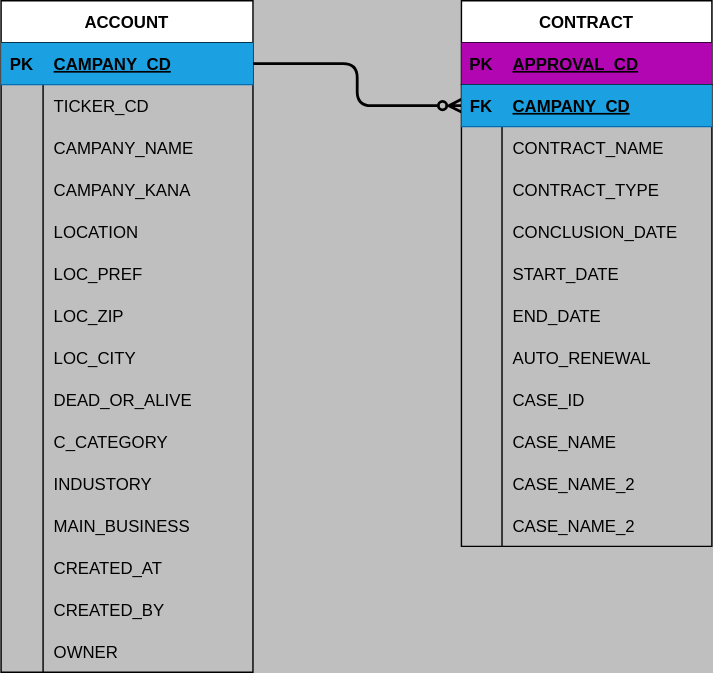
Above: fmicrm-er.drawio.svg in dando-charon/st-crm-work (draw.io), before the change. Source tidied: cells renumbered, new cells last; positions are measured from the earlier drawing's top-left corner, leaving out a move shared by most shapes.
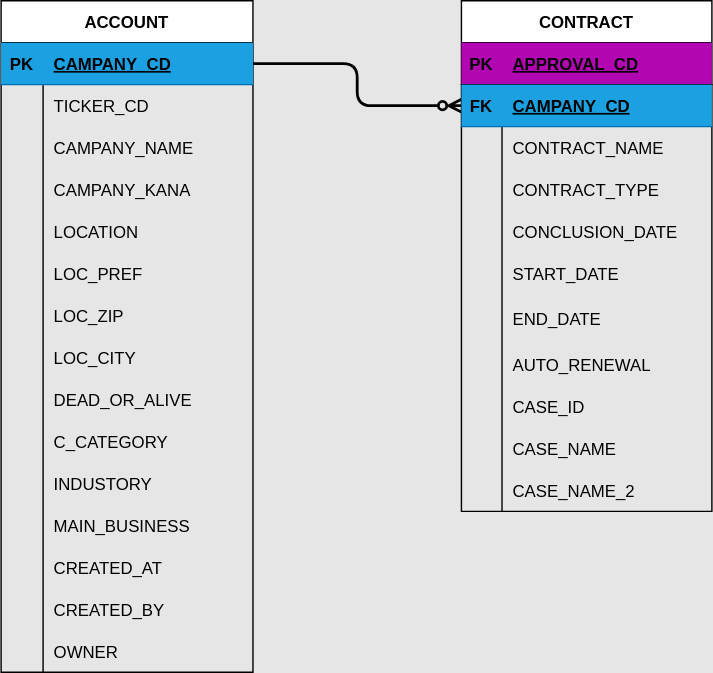
Above is the later version.

Diff of the diagram source:
```diff
@@ -1,11 +1,11 @@
-<mxGraphModel background="#BFBFBF">
+<mxGraphModel background="#E6E6E6">
   <root>
     <mxCell id="0" />
     <mxCell id="1" parent="0" />
-    <mxCell id="2" style="edgeStyle=orthogonalEdgeStyle;html=1;endArrow=ERzeroToMany;endFill=0;strokeWidth=2;exitX=1;exitY=0.5;exitDx=0;exitDy=0;entryX=0;entryY=0.5;entryDx=0;entryDy=0;" parent="1" edge="1" source="4" target="53">
+    <mxCell id="2" style="edgeStyle=orthogonalEdgeStyle;html=1;endArrow=ERzeroToMany;endFill=0;strokeWidth=2;exitX=1;exitY=0.5;exitDx=0;exitDy=0;entryX=0;entryY=0.5;entryDx=0;entryDy=0;strokeColor=#000000;" parent="1" edge="1" source="4" target="53">
       <mxGeometry relative="1" as="geometry" />
     </mxCell>
-    <mxCell id="3" value="ACCOUNT" style="shape=table;startSize=30;rowLines=0;fontStyle=1;align=center;" parent="1" vertex="1">
+    <mxCell id="3" value="ACCOUNT" style="shape=table;startSize=30;rowLines=0;fontStyle=1;align=center;gradientColor=none;strokeColor=#000000;" parent="1" vertex="1">
       <mxGeometry width="180" height="480" as="geometry" />
     </mxCell>
     <mxCell id="4" style="shape=tableRow;horizontal=0;startSize=0;swimlaneHead=0;swimlaneBody=0;fillColor=#1ba1e2;points=[[0,0.5],[1,0.5]];portConstraint=eastwest;top=0;left=0;right=0;bottom=1;swimlaneFillColor=#197123;strokeColor=#006EAF;fontColor=#ffffff;" parent="3" vertex="1">
@@ -23,7 +23,7 @@
     <mxCell id="8" style="shape=partialRectangle;fillColor=none;top=0;left=0;bottom=0;right=0;overflow=hidden;" parent="7" vertex="1">
       <mxGeometry width="30" height="30" as="geometry" />
     </mxCell>
-    <mxCell id="9" value="TICKER_CD" style="shape=partialRectangle;fillColor=none;top=0;left=0;bottom=0;right=0;align=left;spacingLeft=6;overflow=hidden;" parent="7" vertex="1">
+    <mxCell id="9" value="TICKER_CD" style="shape=partialRectangle;fillColor=none;top=0;left=0;bottom=0;right=0;align=left;spacingLeft=6;overflow=hidden;fontColor=#000000;" parent="7" vertex="1">
       <mxGeometry x="30" width="150" height="30" as="geometry" />
     </mxCell>
     <mxCell id="10" style="shape=tableRow;horizontal=0;startSize=0;swimlaneHead=0;swimlaneBody=0;fillColor=none;top=0;left=0;right=0;bottom=0;" parent="3" vertex="1">
@@ -32,7 +32,7 @@
     <mxCell id="11" style="shape=partialRectangle;fillColor=none;top=0;left=0;bottom=0;right=0;overflow=hidden;" parent="10" vertex="1">
       <mxGeometry width="30" height="30" as="geometry" />
     </mxCell>
-    <mxCell id="12" value="CAMPANY_NAME" style="shape=partialRectangle;fillColor=none;top=0;left=0;bottom=0;right=0;align=left;spacingLeft=6;overflow=hidden;" parent="10" vertex="1">
+    <mxCell id="12" value="CAMPANY_NAME" style="shape=partialRectangle;fillColor=none;top=0;left=0;bottom=0;right=0;align=left;spacingLeft=6;overflow=hidden;fontColor=#000000;" parent="10" vertex="1">
       <mxGeometry x="30" width="150" height="30" as="geometry" />
     </mxCell>
     <mxCell id="13" style="shape=tableRow;horizontal=0;startSize=0;swimlaneHead=0;swimlaneBody=0;fillColor=none;top=0;left=0;right=0;bottom=0;" parent="3" vertex="1">
@@ -41,7 +41,7 @@
     <mxCell id="14" style="shape=partialRectangle;fillColor=none;top=0;left=0;bottom=0;right=0;overflow=hidden;" parent="13" vertex="1">
       <mxGeometry width="30" height="30" as="geometry" />
     </mxCell>
-    <mxCell id="15" value="CAMPANY_KANA" style="shape=partialRectangle;fillColor=none;top=0;left=0;bottom=0;right=0;align=left;spacingLeft=6;overflow=hidden;" parent="13" vertex="1">
+    <mxCell id="15" value="CAMPANY_KANA" style="shape=partialRectangle;fillColor=none;top=0;left=0;bottom=0;right=0;align=left;spacingLeft=6;overflow=hidden;fontColor=#000000;" parent="13" vertex="1">
       <mxGeometry x="30" width="150" height="30" as="geometry" />
     </mxCell>
     <mxCell id="16" style="shape=tableRow;horizontal=0;startSize=0;swimlaneHead=0;swimlaneBody=0;fillColor=none;top=0;left=0;right=0;bottom=0;" parent="3" vertex="1">
@@ -50,7 +50,7 @@
     <mxCell id="17" style="shape=partialRectangle;fillColor=none;top=0;left=0;bottom=0;right=0;overflow=hidden;" parent="16" vertex="1">
       <mxGeometry width="30" height="30" as="geometry" />
     </mxCell>
-    <mxCell id="18" value="LOCATION" style="shape=partialRectangle;fillColor=none;top=0;left=0;bottom=0;right=0;align=left;spacingLeft=6;overflow=hidden;" parent="16" vertex="1">
+    <mxCell id="18" value="LOCATION" style="shape=partialRectangle;fillColor=none;top=0;left=0;bottom=0;right=0;align=left;spacingLeft=6;overflow=hidden;fontColor=#000000;" parent="16" vertex="1">
       <mxGeometry x="30" width="150" height="30" as="geometry" />
     </mxCell>
     <mxCell id="19" style="shape=tableRow;horizontal=0;startSize=0;swimlaneHead=0;swimlaneBody=0;fillColor=none;top=0;left=0;right=0;bottom=0;" parent="3" vertex="1">
@@ -59,7 +59,7 @@
     <mxCell id="20" style="shape=partialRectangle;fillColor=none;top=0;left=0;bottom=0;right=0;overflow=hidden;" parent="19" vertex="1">
       <mxGeometry width="30" height="30" as="geometry" />
     </mxCell>
-    <mxCell id="21" value="LOC_PREF" style="shape=partialRectangle;fillColor=none;top=0;left=0;bottom=0;right=0;align=left;spacingLeft=6;overflow=hidden;" parent="19" vertex="1">
+    <mxCell id="21" value="LOC_PREF" style="shape=partialRectangle;fillColor=none;top=0;left=0;bottom=0;right=0;align=left;spacingLeft=6;overflow=hidden;fontColor=#000000;" parent="19" vertex="1">
       <mxGeometry x="30" width="150" height="30" as="geometry" />
     </mxCell>
     <mxCell id="22" style="shape=tableRow;horizontal=0;startSize=0;swimlaneHead=0;swimlaneBody=0;fillColor=none;top=0;left=0;right=0;bottom=0;" parent="3" vertex="1">
@@ -68,7 +68,7 @@
     <mxCell id="23" style="shape=partialRectangle;fillColor=none;top=0;left=0;bottom=0;right=0;overflow=hidden;" parent="22" vertex="1">
       <mxGeometry width="30" height="30" as="geometry" />
     </mxCell>
-    <mxCell id="24" value="LOC_ZIP" style="shape=partialRectangle;fillColor=none;top=0;left=0;bottom=0;right=0;align=left;spacingLeft=6;overflow=hidden;" parent="22" vertex="1">
+    <mxCell id="24" value="LOC_ZIP" style="shape=partialRectangle;fillColor=none;top=0;left=0;bottom=0;right=0;align=left;spacingLeft=6;overflow=hidden;fontColor=#000000;" parent="22" vertex="1">
       <mxGeometry x="30" width="150" height="30" as="geometry" />
     </mxCell>
     <mxCell id="25" style="shape=tableRow;horizontal=0;startSize=0;swimlaneHead=0;swimlaneBody=0;fillColor=none;top=0;left=0;right=0;bottom=0;" parent="3" vertex="1">
@@ -77,7 +77,7 @@
     <mxCell id="26" style="shape=partialRectangle;fillColor=none;top=0;left=0;bottom=0;right=0;overflow=hidden;" parent="25" vertex="1">
       <mxGeometry width="30" height="30" as="geometry" />
     </mxCell>
-    <mxCell id="27" value="LOC_CITY" style="shape=partialRectangle;fillColor=none;top=0;left=0;bottom=0;right=0;align=left;spacingLeft=6;overflow=hidden;" parent="25" vertex="1">
+    <mxCell id="27" value="LOC_CITY" style="shape=partialRectangle;fillColor=none;top=0;left=0;bottom=0;right=0;align=left;spacingLeft=6;overflow=hidden;fontColor=#000000;" parent="25" vertex="1">
       <mxGeometry x="30" width="150" height="30" as="geometry" />
     </mxCell>
     <mxCell id="28" style="shape=tableRow;horizontal=0;startSize=0;swimlaneHead=0;swimlaneBody=0;fillColor=none;top=0;left=0;right=0;bottom=0;" parent="3" vertex="1">
@@ -86,7 +86,7 @@
     <mxCell id="29" style="shape=partialRectangle;fillColor=none;top=0;left=0;bottom=0;right=0;overflow=hidden;" parent="28" vertex="1">
       <mxGeometry width="30" height="30" as="geometry" />
     </mxCell>
-    <mxCell id="30" value="DEAD_OR_ALIVE" style="shape=partialRectangle;fillColor=none;top=0;left=0;bottom=0;right=0;align=left;spacingLeft=6;overflow=hidden;" parent="28" vertex="1">
+    <mxCell id="30" value="DEAD_OR_ALIVE" style="shape=partialRectangle;fillColor=none;top=0;left=0;bottom=0;right=0;align=left;spacingLeft=6;overflow=hidden;fontColor=#000000;" parent="28" vertex="1">
       <mxGeometry x="30" width="150" height="30" as="geometry" />
     </mxCell>
     <mxCell id="31" style="shape=tableRow;horizontal=0;startSize=0;swimlaneHead=0;swimlaneBody=0;fillColor=none;top=0;left=0;right=0;bottom=0;" parent="3" vertex="1">
@@ -95,7 +95,7 @@
     <mxCell id="32" style="shape=partialRectangle;fillColor=none;top=0;left=0;bottom=0;right=0;overflow=hidden;" parent="31" vertex="1">
       <mxGeometry width="30" height="30" as="geometry" />
     </mxCell>
-    <mxCell id="33" value="C_CATEGORY" style="shape=partialRectangle;fillColor=none;top=0;left=0;bottom=0;right=0;align=left;spacingLeft=6;overflow=hidden;" parent="31" vertex="1">
+    <mxCell id="33" value="C_CATEGORY" style="shape=partialRectangle;fillColor=none;top=0;left=0;bottom=0;right=0;align=left;spacingLeft=6;overflow=hidden;fontColor=#000000;" parent="31" vertex="1">
       <mxGeometry x="30" width="150" height="30" as="geometry" />
     </mxCell>
     <mxCell id="34" style="shape=tableRow;horizontal=0;startSize=0;swimlaneHead=0;swimlaneBody=0;fillColor=none;top=0;left=0;right=0;bottom=0;" parent="3" vertex="1">
@@ -104,7 +104,7 @@
     <mxCell id="35" style="shape=partialRectangle;fillColor=none;top=0;left=0;bottom=0;right=0;overflow=hidden;" parent="34" vertex="1">
       <mxGeometry width="30" height="30" as="geometry" />
     </mxCell>
-    <mxCell id="36" value="INDUSTORY" style="shape=partialRectangle;fillColor=none;top=0;left=0;bottom=0;right=0;align=left;spacingLeft=6;overflow=hidden;" parent="34" vertex="1">
+    <mxCell id="36" value="INDUSTORY" style="shape=partialRectangle;fillColor=none;top=0;left=0;bottom=0;right=0;align=left;spacingLeft=6;overflow=hidden;fontColor=#000000;" parent="34" vertex="1">
       <mxGeometry x="30" width="150" height="30" as="geometry" />
     </mxCell>
     <mxCell id="37" style="shape=tableRow;horizontal=0;startSize=0;swimlaneHead=0;swimlaneBody=0;fillColor=none;top=0;left=0;right=0;bottom=0;" parent="3" vertex="1">
@@ -113,7 +113,7 @@
     <mxCell id="38" style="shape=partialRectangle;fillColor=none;top=0;left=0;bottom=0;right=0;overflow=hidden;" parent="37" vertex="1">
       <mxGeometry width="30" height="30" as="geometry" />
     </mxCell>
-    <mxCell id="39" value="MAIN_BUSINESS" style="shape=partialRectangle;fillColor=none;top=0;left=0;bottom=0;right=0;align=left;spacingLeft=6;overflow=hidden;" parent="37" vertex="1">
+    <mxCell id="39" value="MAIN_BUSINESS" style="shape=partialRectangle;fillColor=none;top=0;left=0;bottom=0;right=0;align=left;spacingLeft=6;overflow=hidden;strokeColor=#000000;fontColor=#000000;" parent="37" vertex="1">
       <mxGeometry x="30" width="150" height="30" as="geometry" />
     </mxCell>
     <mxCell id="40" style="shape=tableRow;horizontal=0;startSize=0;swimlaneHead=0;swimlaneBody=0;fillColor=none;top=0;left=0;right=0;bottom=0;" parent="3" vertex="1">
@@ -122,7 +122,7 @@
     <mxCell id="41" style="shape=partialRectangle;fillColor=none;top=0;left=0;bottom=0;right=0;overflow=hidden;" parent="40" vertex="1">
       <mxGeometry width="30" height="30" as="geometry" />
     </mxCell>
-    <mxCell id="42" value="CREATED_AT" style="shape=partialRectangle;fillColor=none;top=0;left=0;bottom=0;right=0;align=left;spacingLeft=6;overflow=hidden;" parent="40" vertex="1">
+    <mxCell id="42" value="CREATED_AT" style="shape=partialRectangle;fillColor=none;top=0;left=0;bottom=0;right=0;align=left;spacingLeft=6;overflow=hidden;fontColor=#000000;" parent="40" vertex="1">
       <mxGeometry x="30" width="150" height="30" as="geometry" />
     </mxCell>
     <mxCell id="43" style="shape=tableRow;horizontal=0;startSize=0;swimlaneHead=0;swimlaneBody=0;fillColor=none;top=0;left=0;right=0;bottom=0;" parent="3" vertex="1">
@@ -131,7 +131,7 @@
     <mxCell id="44" style="shape=partialRectangle;fillColor=none;top=0;left=0;bottom=0;right=0;overflow=hidden;" parent="43" vertex="1">
       <mxGeometry width="30" height="30" as="geometry" />
     </mxCell>
-    <mxCell id="45" value="CREATED_BY" style="shape=partialRectangle;fillColor=none;top=0;left=0;bottom=0;right=0;align=left;spacingLeft=6;overflow=hidden;" parent="43" vertex="1">
+    <mxCell id="45" value="CREATED_BY" style="shape=partialRectangle;fillColor=none;top=0;left=0;bottom=0;right=0;align=left;spacingLeft=6;overflow=hidden;fontColor=#000000;" parent="43" vertex="1">
       <mxGeometry x="30" width="150" height="30" as="geometry" />
     </mxCell>
     <mxCell id="46" style="shape=tableRow;horizontal=0;startSize=0;swimlaneHead=0;swimlaneBody=0;fillColor=none;top=0;left=0;right=0;bottom=0;" parent="3" vertex="1">
@@ -140,11 +140,11 @@
     <mxCell id="47" style="shape=partialRectangle;fillColor=none;top=0;left=0;bottom=0;right=0;overflow=hidden;" parent="46" vertex="1">
       <mxGeometry width="30" height="30" as="geometry" />
     </mxCell>
-    <mxCell id="48" value="OWNER" style="shape=partialRectangle;fillColor=none;top=0;left=0;bottom=0;right=0;align=left;spacingLeft=6;overflow=hidden;" parent="46" vertex="1">
+    <mxCell id="48" value="OWNER" style="shape=partialRectangle;fillColor=none;top=0;left=0;bottom=0;right=0;align=left;spacingLeft=6;overflow=hidden;fontColor=#000000;" parent="46" vertex="1">
       <mxGeometry x="30" width="150" height="30" as="geometry" />
     </mxCell>
-    <mxCell id="49" value="CONTRACT" style="shape=table;startSize=30;rowLines=0;fontStyle=1;align=center;" parent="1" vertex="1">
-      <mxGeometry x="329" width="179" height="390" as="geometry" />
+    <mxCell id="49" value="CONTRACT" style="shape=table;startSize=30;rowLines=0;fontStyle=1;align=center;strokeColor=#000000;" parent="1" vertex="1">
+      <mxGeometry x="329" width="179" height="365" as="geometry" />
     </mxCell>
     <mxCell id="50" style="shape=tableRow;horizontal=0;startSize=0;swimlaneHead=0;swimlaneBody=0;fillColor=#B306B3;top=0;left=0;right=0;bottom=1;swimlaneFillColor=#A3FF19;" parent="49" vertex="1">
       <mxGeometry y="30" width="179" height="30" as="geometry" />
@@ -170,7 +170,7 @@
     <mxCell id="57" style="shape=partialRectangle;fillColor=none;top=0;left=0;bottom=0;right=0;overflow=hidden;" parent="56" vertex="1">
       <mxGeometry width="29" height="30" as="geometry" />
     </mxCell>
-    <mxCell id="58" value="CONTRACT_NAME" style="shape=partialRectangle;fillColor=none;top=0;left=0;bottom=0;right=0;align=left;spacingLeft=6;overflow=hidden;" parent="56" vertex="1">
+    <mxCell id="58" value="CONTRACT_NAME" style="shape=partialRectangle;fillColor=none;top=0;left=0;bottom=0;right=0;align=left;spacingLeft=6;overflow=hidden;fontColor=#000000;" parent="56" vertex="1">
       <mxGeometry x="29" width="150" height="30" as="geometry" />
     </mxCell>
     <mxCell id="59" style="shape=tableRow;horizontal=0;startSize=0;swimlaneHead=0;swimlaneBody=0;fillColor=none;top=0;left=0;right=0;bottom=0;" parent="49" vertex="1">
@@ -179,7 +179,7 @@
     <mxCell id="60" style="shape=partialRectangle;fillColor=none;top=0;left=0;bottom=0;right=0;overflow=hidden;" parent="59" vertex="1">
       <mxGeometry width="29" height="30" as="geometry" />
     </mxCell>
-    <mxCell id="61" value="CONTRACT_TYPE" style="shape=partialRectangle;fillColor=none;top=0;left=0;bottom=0;right=0;align=left;spacingLeft=6;overflow=hidden;" parent="59" vertex="1">
+    <mxCell id="61" value="CONTRACT_TYPE" style="shape=partialRectangle;fillColor=none;top=0;left=0;bottom=0;right=0;align=left;spacingLeft=6;overflow=hidden;fontColor=#000000;" parent="59" vertex="1">
       <mxGeometry x="29" width="150" height="30" as="geometry" />
     </mxCell>
     <mxCell id="62" style="shape=tableRow;horizontal=0;startSize=0;swimlaneHead=0;swimlaneBody=0;fillColor=none;top=0;left=0;right=0;bottom=0;" parent="49" vertex="1">
@@ -188,7 +188,7 @@
     <mxCell id="63" style="shape=partialRectangle;fillColor=none;top=0;left=0;bottom=0;right=0;overflow=hidden;" parent="62" vertex="1">
       <mxGeometry width="29" height="30" as="geometry" />
     </mxCell>
-    <mxCell id="64" value="CONCLUSION_DATE" style="shape=partialRectangle;fillColor=none;top=0;left=0;bottom=0;right=0;align=left;spacingLeft=6;overflow=hidden;" parent="62" vertex="1">
+    <mxCell id="64" value="CONCLUSION_DATE" style="shape=partialRectangle;fillColor=none;top=0;left=0;bottom=0;right=0;align=left;spacingLeft=6;overflow=hidden;fontColor=#000000;" parent="62" vertex="1">
       <mxGeometry x="29" width="150" height="30" as="geometry" />
     </mxCell>
     <mxCell id="65" style="shape=tableRow;horizontal=0;startSize=0;swimlaneHead=0;swimlaneBody=0;fillColor=none;top=0;left=0;right=0;bottom=0;" parent="49" vertex="1">
@@ -197,62 +197,53 @@
     <mxCell id="66" style="shape=partialRectangle;fillColor=none;top=0;left=0;bottom=0;right=0;overflow=hidden;" parent="65" vertex="1">
       <mxGeometry width="29" height="30" as="geometry" />
     </mxCell>
-    <mxCell id="67" value="START_DATE" style="shape=partialRectangle;fillColor=none;top=0;left=0;bottom=0;right=0;align=left;spacingLeft=6;overflow=hidden;" parent="65" vertex="1">
+    <mxCell id="67" value="START_DATE" style="shape=partialRectangle;fillColor=none;top=0;left=0;bottom=0;right=0;align=left;spacingLeft=6;overflow=hidden;fontColor=#000000;" parent="65" vertex="1">
       <mxGeometry x="29" width="150" height="30" as="geometry" />
     </mxCell>
     <mxCell id="68" style="shape=tableRow;horizontal=0;startSize=0;swimlaneHead=0;swimlaneBody=0;fillColor=none;top=0;left=0;right=0;bottom=0;" parent="49" vertex="1">
-      <mxGeometry y="210" width="179" height="30" as="geometry" />
+      <mxGeometry y="210" width="179" height="35" as="geometry" />
     </mxCell>
     <mxCell id="69" style="shape=partialRectangle;fillColor=none;top=0;left=0;bottom=0;right=0;overflow=hidden;" parent="68" vertex="1">
-      <mxGeometry width="29" height="30" as="geometry" />
+      <mxGeometry width="29" height="35" as="geometry" />
     </mxCell>
-    <mxCell id="70" value="END_DATE" style="shape=partialRectangle;fillColor=none;top=0;left=0;bottom=0;right=0;align=left;spacingLeft=6;overflow=hidden;" parent="68" vertex="1">
-      <mxGeometry x="29" width="150" height="30" as="geometry" />
+    <mxCell id="70" value="END_DATE" style="shape=partialRectangle;fillColor=none;top=0;left=0;bottom=0;right=0;align=left;spacingLeft=6;overflow=hidden;fontColor=#000000;" parent="68" vertex="1">
+      <mxGeometry x="29" width="150" height="35" as="geometry" />
     </mxCell>
     <mxCell id="71" style="shape=tableRow;horizontal=0;startSize=0;swimlaneHead=0;swimlaneBody=0;fillColor=none;top=0;left=0;right=0;bottom=0;" parent="49" vertex="1">
-      <mxGeometry y="240" width="179" height="30" as="geometry" />
+      <mxGeometry y="245" width="179" height="30" as="geometry" />
     </mxCell>
     <mxCell id="72" style="shape=partialRectangle;fillColor=none;top=0;left=0;bottom=0;right=0;overflow=hidden;" parent="71" vertex="1">
       <mxGeometry width="29" height="30" as="geometry" />
     </mxCell>
-    <mxCell id="73" value="AUTO_RENEWAL" style="shape=partialRectangle;fillColor=none;top=0;left=0;bottom=0;right=0;align=left;spacingLeft=6;overflow=hidden;" parent="71" vertex="1">
+    <mxCell id="73" value="AUTO_RENEWAL" style="shape=partialRectangle;fillColor=none;top=0;left=0;bottom=0;right=0;align=left;spacingLeft=6;overflow=hidden;fontColor=#000000;" parent="71" vertex="1">
       <mxGeometry x="29" width="150" height="30" as="geometry" />
     </mxCell>
     <mxCell id="74" style="shape=tableRow;horizontal=0;startSize=0;swimlaneHead=0;swimlaneBody=0;fillColor=none;top=0;left=0;right=0;bottom=0;" parent="49" vertex="1">
-      <mxGeometry y="270" width="179" height="30" as="geometry" />
+      <mxGeometry y="275" width="179" height="30" as="geometry" />
     </mxCell>
     <mxCell id="75" style="shape=partialRectangle;fillColor=none;top=0;left=0;bottom=0;right=0;overflow=hidden;" parent="74" vertex="1">
       <mxGeometry width="29" height="30" as="geometry" />
     </mxCell>
-    <mxCell id="76" value="CASE_ID" style="shape=partialRectangle;fillColor=none;top=0;left=0;bottom=0;right=0;align=left;spacingLeft=6;overflow=hidden;" parent="74" vertex="1">
+    <mxCell id="76" value="CASE_ID" style="shape=partialRectangle;fillColor=none;top=0;left=0;bottom=0;right=0;align=left;spacingLeft=6;overflow=hidden;fontColor=#000000;" parent="74" vertex="1">
       <mxGeometry x="29" width="150" height="30" as="geometry" />
     </mxCell>
     <mxCell id="77" style="shape=tableRow;horizontal=0;startSize=0;swimlaneHead=0;swimlaneBody=0;fillColor=none;top=0;left=0;right=0;bottom=0;" parent="49" vertex="1">
-      <mxGeometry y="300" width="179" height="30" as="geometry" />
+      <mxGeometry y="305" width="179" height="30" as="geometry" />
     </mxCell>
     <mxCell id="78" style="shape=partialRectangle;fillColor=none;top=0;left=0;bottom=0;right=0;overflow=hidden;" parent="77" vertex="1">
       <mxGeometry width="29" height="30" as="geometry" />
     </mxCell>
-    <mxCell id="79" value="CASE_NAME" style="shape=partialRectangle;fillColor=none;top=0;left=0;bottom=0;right=0;align=left;spacingLeft=6;overflow=hidden;" parent="77" vertex="1">
+    <mxCell id="79" value="CASE_NAME" style="shape=partialRectangle;fillColor=none;top=0;left=0;bottom=0;right=0;align=left;spacingLeft=6;overflow=hidden;fontColor=#000000;" parent="77" vertex="1">
       <mxGeometry x="29" width="150" height="30" as="geometry" />
     </mxCell>
     <mxCell id="80" style="shape=tableRow;horizontal=0;startSize=0;swimlaneHead=0;swimlaneBody=0;fillColor=none;top=0;left=0;right=0;bottom=0;" parent="49" vertex="1">
-      <mxGeometry y="330" width="179" height="30" as="geometry" />
+      <mxGeometry y="335" width="179" height="30" as="geometry" />
     </mxCell>
     <mxCell id="81" style="shape=partialRectangle;fillColor=none;top=0;left=0;bottom=0;right=0;overflow=hidden;" parent="80" vertex="1">
       <mxGeometry width="29" height="30" as="geometry" />
     </mxCell>
-    <mxCell id="82" value="CASE_NAME_2" style="shape=partialRectangle;fillColor=none;top=0;left=0;bottom=0;right=0;align=left;spacingLeft=6;overflow=hidden;" parent="80" vertex="1">
+    <mxCell id="82" value="CASE_NAME_2" style="shape=partialRectangle;fillColor=none;top=0;left=0;bottom=0;right=0;align=left;spacingLeft=6;overflow=hidden;fontColor=#000000;" parent="80" vertex="1">
       <mxGeometry x="29" width="150" height="30" as="geometry" />
     </mxCell>
-    <mxCell id="83" style="shape=tableRow;horizontal=0;startSize=0;swimlaneHead=0;swimlaneBody=0;fillColor=none;top=0;left=0;right=0;bottom=0;" parent="49" vertex="1">
-      <mxGeometry y="360" width="179" height="30" as="geometry" />
-    </mxCell>
-    <mxCell id="84" style="shape=partialRectangle;fillColor=none;top=0;left=0;bottom=0;right=0;overflow=hidden;" parent="83" vertex="1">
-      <mxGeometry width="29" height="30" as="geometry" />
-    </mxCell>
-    <mxCell id="85" value="CASE_NAME_2" style="shape=partialRectangle;fillColor=none;top=0;left=0;bottom=0;right=0;align=left;spacingLeft=6;overflow=hidden;" parent="83" vertex="1">
-      <mxGeometry x="29" width="150" height="30" as="geometry" />
-    </mxCell>
   </root>
 </mxGraphModel>
```
